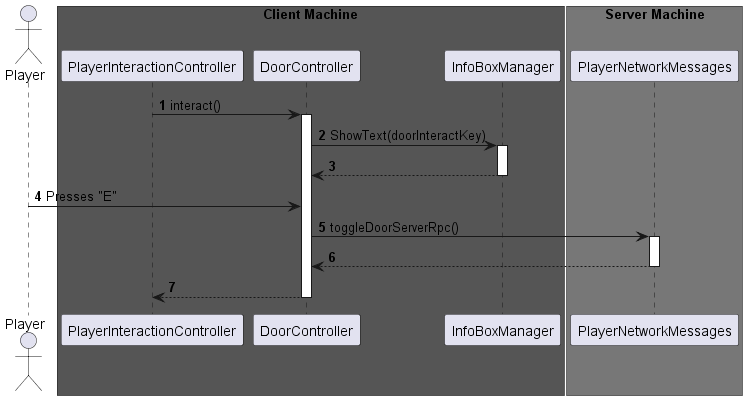
The PlantUML diagram TFG-new-project/Documentation/PlantUmlDiagrams/out/doorController/DoorController.png in AlexDeAguiar/TFG-new-repo, before a commit. The source it was exported from:
```plantuml
@startuml DoorController
autonumber

actor Player order 10

box "Client Machine" #555555
participant "PlayerInteractionController" as PIC order 20
participant "DoorController" as DC order 50
participant "InfoBoxManager" as IBM order 60
end box

box "Server Machine" #777777
participant "PlayerNetworkMessages" as PNM order 70
end box

PIC -> DC: interact()
activate DC

DC -> IBM: ShowText(doorInteractKey)
activate IBM
IBM --> DC
deactivate IBM

Player -> DC: Presses "E"

DC -> PNM: toggleDoorServerRpc()
activate PNM
PNM --> DC
deactivate PNM


DC --> PIC
deactivate DC

deactivate PIC
@enduml
```
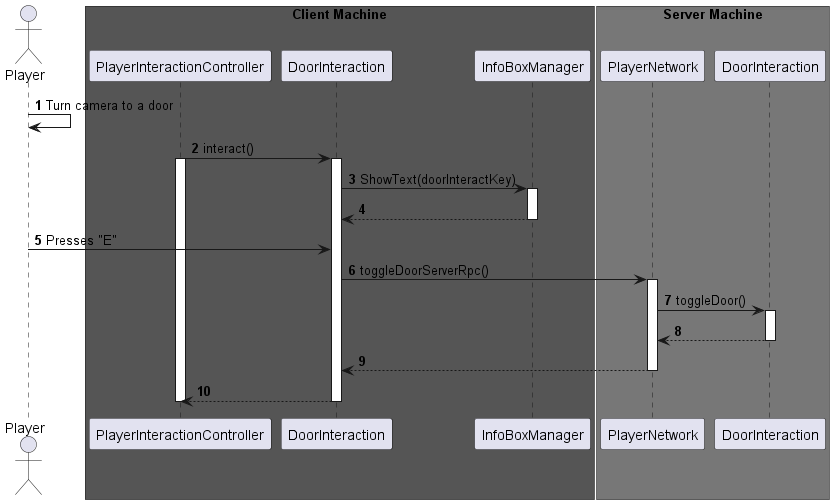
After the commit.

Diff of the diagram source:
```diff
@@ -5,32 +5,40 @@
 
 box "Client Machine" #555555
 participant "PlayerInteractionController" as PIC order 20
-participant "DoorController" as DC order 50
+participant "DoorInteraction" as DIC order 50
 participant "InfoBoxManager" as IBM order 60
 end box
 
 box "Server Machine" #777777
-participant "PlayerNetworkMessages" as PNM order 70
+participant "PlayerNetwork" as PN order 70
+participant "DoorInteraction" as DIH order 80
 end box
 
-PIC -> DC: interact()
-activate DC
+Player -> Player: Turn camera to a door
 
-DC -> IBM: ShowText(doorInteractKey)
+PIC -> DIC: interact()
+activate PIC
+activate DIC
+
+DIC -> IBM: ShowText(doorInteractKey)
 activate IBM
-IBM --> DC
+IBM --> DIC
 deactivate IBM
 
-Player -> DC: Presses "E"
+Player -> DIC: Presses "E"
 
-DC -> PNM: toggleDoorServerRpc()
-activate PNM
-PNM --> DC
-deactivate PNM
+DIC -> PN: toggleDoorServerRpc()
+activate PN
+PN -> DIH: toggleDoor()
+activate DIH
+DIH --> PN
+deactivate DIH
+PN --> DIC
+deactivate PN
 
 
-DC --> PIC
-deactivate DC
+DIC --> PIC
+deactivate DIC
 
 deactivate PIC
 @enduml
```
